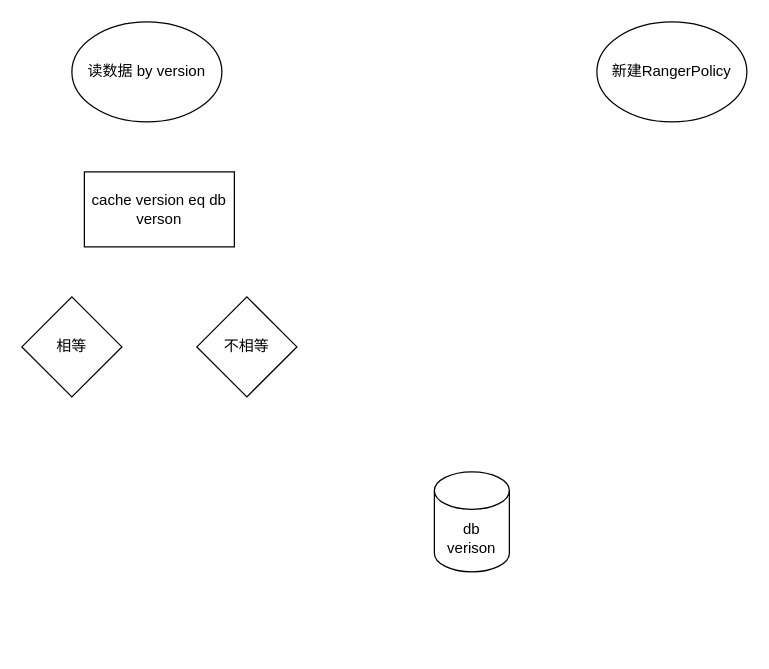
Above: Untitled Diagram.drawio in liangrui1988/diagrams (draw.io), before the change. Source tidied: cells renumbered, new cells numbered last; positions are measured from the earlier drawing's top-left corner, leaving out a move shared by most shapes. Both pictures are drawn from the tidied source at 125%, with x=0, y=0 at pixel (21, 21).
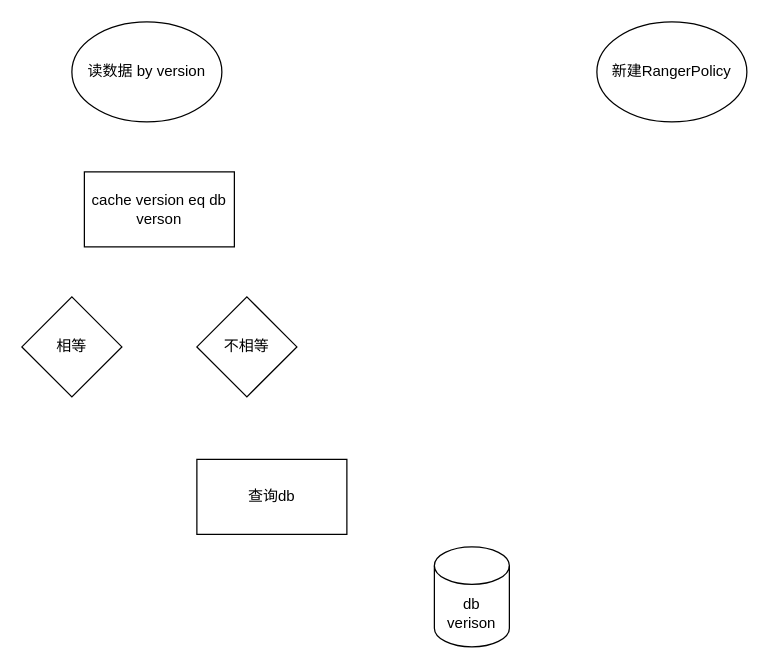
The same diagram, later.

What changed in the source:
```diff
@@
 <mxGraphModel>
   <root>
     <mxCell id="0" />
     <mxCell id="1" parent="0" />
     <mxCell id="2" value="&lt;span&gt;新建RangerPolicy&lt;/span&gt;" style="ellipse;whiteSpace=wrap;html=1;" parent="1" vertex="1">
       <mxGeometry x="460" width="120" height="80" as="geometry" />
     </mxCell>
     <mxCell id="3" value="读数据 by version" style="ellipse;whiteSpace=wrap;html=1;" parent="1" vertex="1">
       <mxGeometry x="40" width="120" height="80" as="geometry" />
     </mxCell>
     <mxCell id="4" value="db&lt;br&gt;verison" style="shape=cylinder3;whiteSpace=wrap;html=1;boundedLbl=1;backgroundOutline=1;size=15;" parent="1" vertex="1">
-      <mxGeometry x="330" y="360" width="60" height="80" as="geometry" />
+      <mxGeometry x="330" y="420" width="60" height="80" as="geometry" />
     </mxCell>
     <mxCell id="5" value="cache version eq db verson" style="rounded=0;whiteSpace=wrap;html=1;" parent="1" vertex="1">
       <mxGeometry x="50" y="120" width="120" height="60" as="geometry" />
     </mxCell>
     <mxCell id="6" value="相等" style="rhombus;whiteSpace=wrap;html=1;" parent="1" vertex="1">
       <mxGeometry y="220" width="80" height="80" as="geometry" />
     </mxCell>
     <mxCell id="7" value="不相等" style="rhombus;whiteSpace=wrap;html=1;" parent="1" vertex="1">
       <mxGeometry x="140" y="220" width="80" height="80" as="geometry" />
     </mxCell>
+    <mxCell id="8" value="查询db" style="rounded=0;whiteSpace=wrap;html=1;" parent="1" vertex="1">
+      <mxGeometry x="140" y="350" width="120" height="60" as="geometry" />
+    </mxCell>
   </root>
 </mxGraphModel>
```
